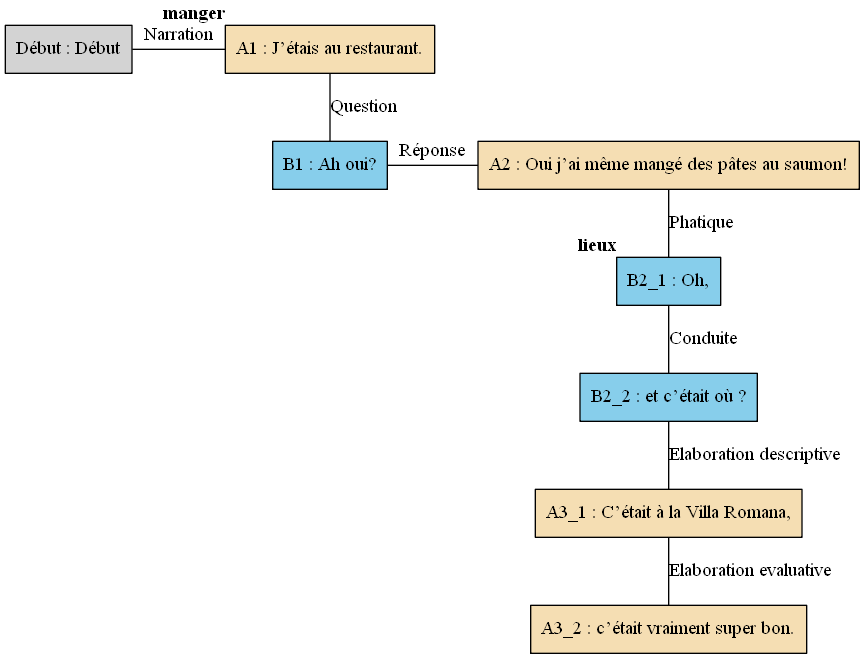
Above: arbres/Bac_a_sable/Bac_a_sable_-_A01.gv.png in AlaixComet/AnnotationSlamPTut (Graphviz), before the change. Its source is kept beside it as arbres/Bac_a_sable/Bac_a_sable_-_A01.gv.
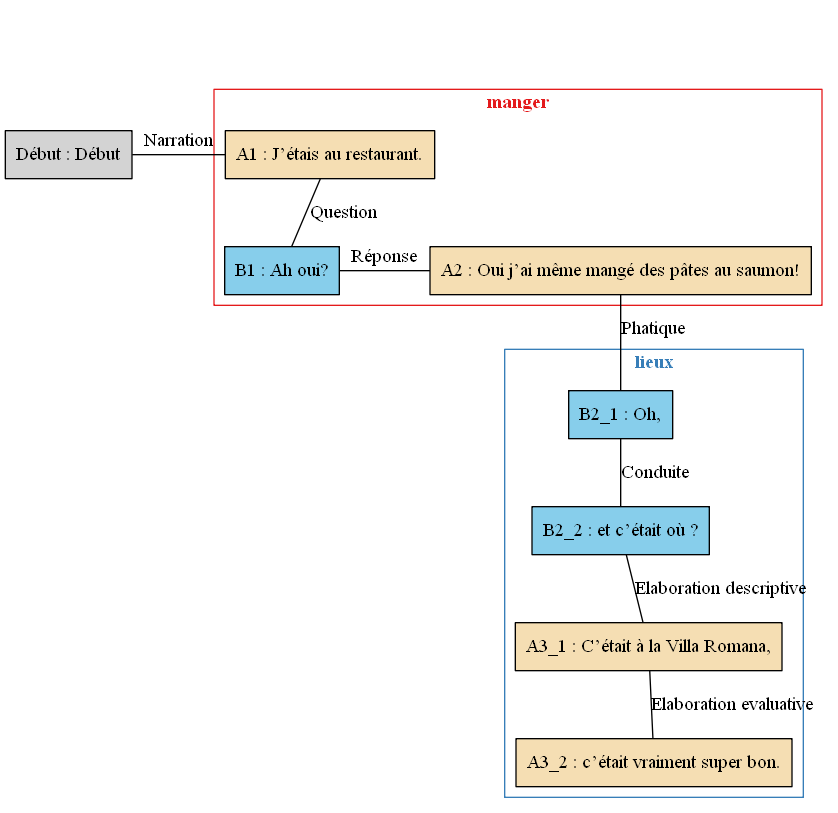
After the commit.

Diff of the diagram source:
```diff
@@ -1,28 +1,42 @@
 digraph A01 {
 	node [shape=box style=filled]
-	"Début" [label="Début : Début" xlabel=""]
-	A1 [label="A1 : J’étais au restaurant." fillcolor=wheat xlabel=<<B>manger</B>>]
-	B1 [label="B1 : Ah oui?" fillcolor=skyblue xlabel=""]
-	A2 [label="A2 : Oui j’ai même mangé des pâtes au saumon!" fillcolor=wheat xlabel=""]
-	B2_1 [label="B2_1 : Oh," fillcolor=skyblue xlabel=<<B>lieux</B>>]
-	B2_2 [label="B2_2 : et c’était où ?" fillcolor=skyblue xlabel=""]
-	A3_1 [label="A3_1 : C’était à la Villa Romana," fillcolor=wheat xlabel=""]
-	A3_2 [label="A3_2 : c’était vraiment super bon." fillcolor=wheat xlabel=""]
-	{
-		rank=same
-		"Début"
+	newrank=true
+	zero [style=invis]
+	"Début" [label="Début : Début"]
+	A1 [label="A1 : J’étais au restaurant." fillcolor=wheat]
+	B1 [label="B1 : Ah oui?" fillcolor=skyblue]
+	A2 [label="A2 : Oui j’ai même mangé des pâtes au saumon!" fillcolor=wheat]
+	B2_1 [label="B2_1 : Oh," fillcolor=skyblue]
+	B2_2 [label="B2_2 : et c’était où ?" fillcolor=skyblue]
+	A3_1 [label="A3_1 : C’était à la Villa Romana," fillcolor=wheat]
+	A3_2 [label="A3_2 : c’était vraiment super bon." fillcolor=wheat]
+	zero -> "Début" [label="" style=invis]
+	zero -> A1 [style=invis weight=1]
+	"Début" -> A1 [label=Narration constraint=false dir=none]
+	A1 -> B1 [label=Question dir=none weight=2]
+	A1 -> A2 [style=invis weight=1]
+	B1 -> A2 [label="Réponse" constraint=false dir=none]
+	A2 -> B2_1 [label=Phatique dir=none weight=2]
+	B2_1 -> B2_2 [label=Conduite dir=none weight=2]
+	B2_2 -> A3_1 [label="Elaboration descriptive" dir=none weight=2]
+	A3_1 -> A3_2 [label="Elaboration evaluative" dir=none weight=2]
+	subgraph cluster_1 {
+		label=<<B>manger</B>>
+		colorscheme=set19
+		color=1
+		fontcolor=1
 		A1
-		"Début" -> A1 [label=Narration dir=none]
-	}
-	A1 -> B1 [label=Question dir=none]
-	{
-		rank=same
 		B1
 		A2
-		B1 -> A2 [label="Réponse" dir=none]
 	}
-	A2 -> B2_1 [label=Phatique dir=none]
-	B2_1 -> B2_2 [label=Conduite dir=none]
-	B2_2 -> A3_1 [label="Elaboration descriptive" dir=none]
-	A3_1 -> A3_2 [label="Elaboration evaluative" dir=none]
+	subgraph cluster_2 {
+		label=<<B>lieux</B>>
+		colorscheme=set19
+		color=2
+		fontcolor=2
+		B2_1
+		B2_2
+		A3_1
+		A3_2
+	}
 }
```
